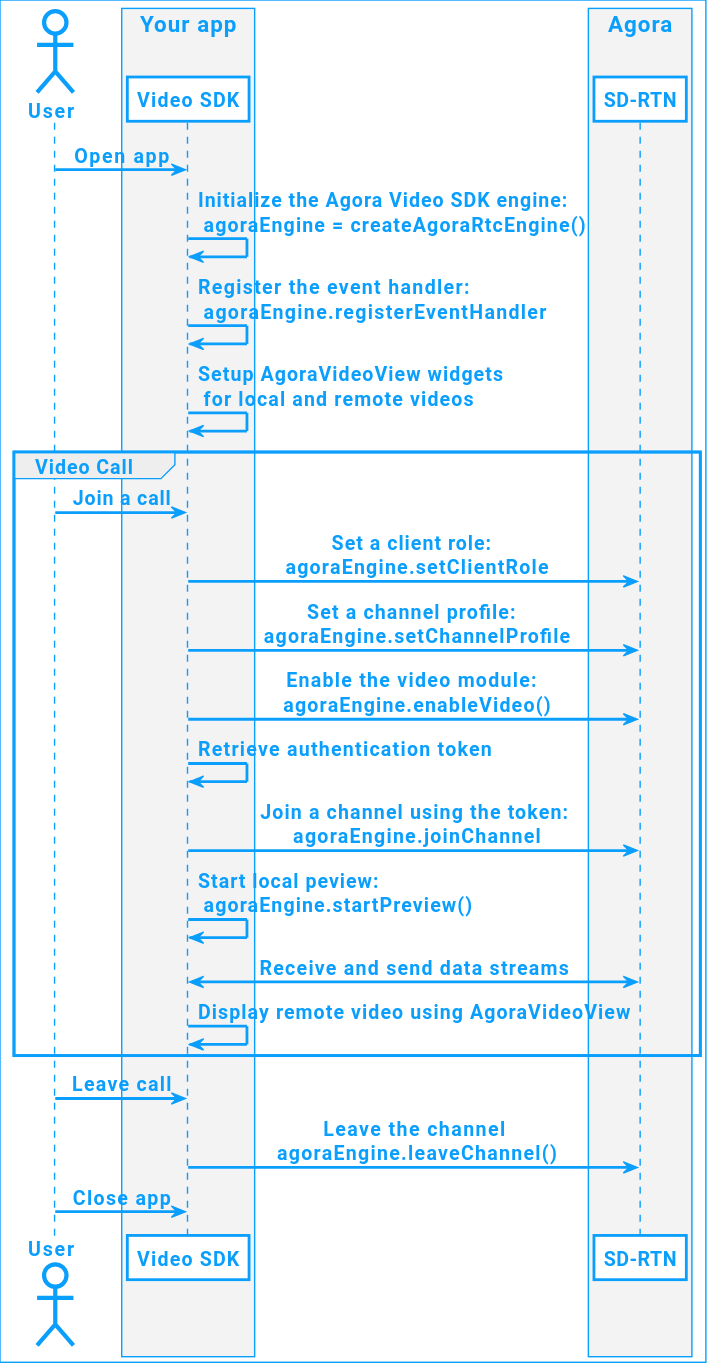
Above: assets/images/video-sdk/video-call-logic-flutter.svg in AgoraIO/Docs-Source (PlantUML), before the change.
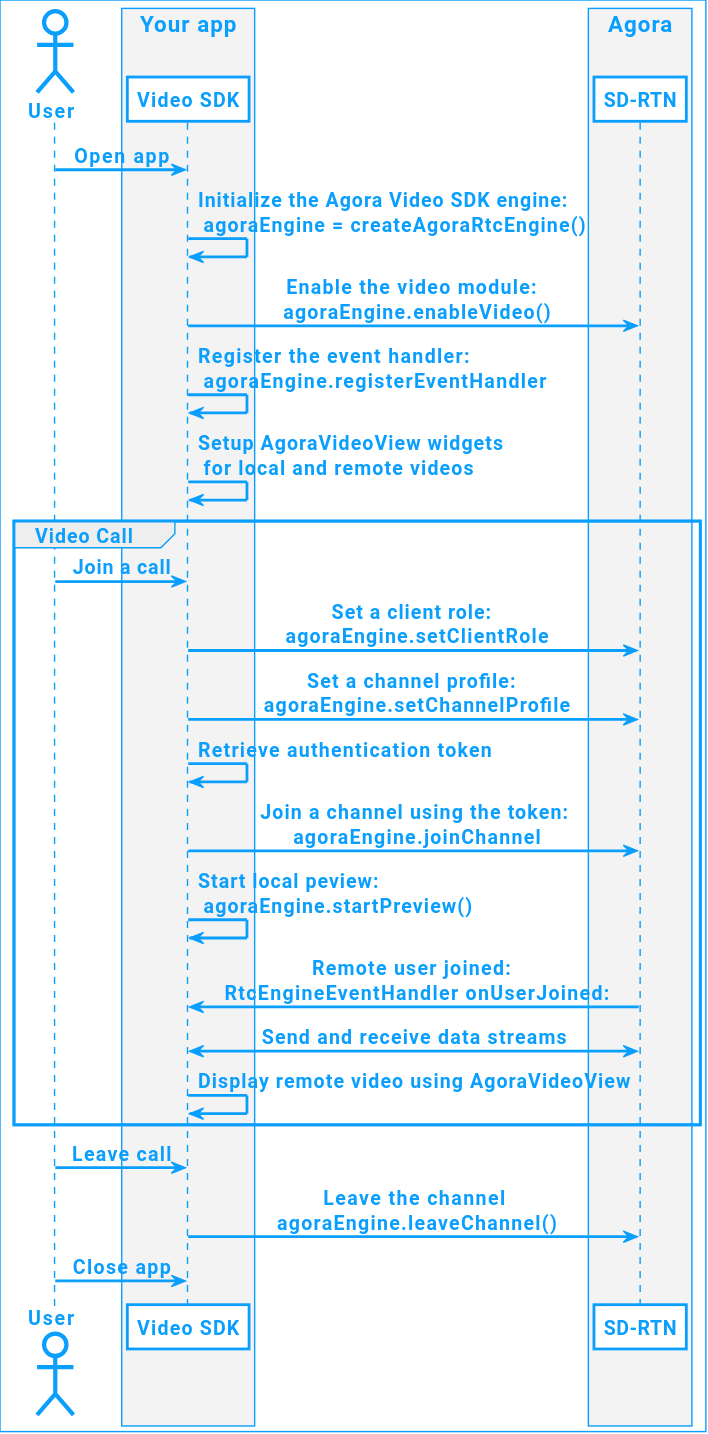
Later version of the same file.

What changed in the source:
```diff
@@ -13,6 +13,7 @@
 
 USR -> APP: Open app
 APP -> APP: Initialize the Agora Video SDK engine: \n agoraEngine = createAgoraRtcEngine()
+APP -> API: Enable the video module: \n agoraEngine.enableVideo()
 APP -> APP: Register the event handler: \n agoraEngine.registerEventHandler
 APP -> APP: Setup AgoraVideoView widgets \n for local and remote videos
 
@@ -20,11 +21,11 @@
 USR -> APP: Join a call
 APP -> API: Set a client role: \n agoraEngine.setClientRole
 APP -> API: Set a channel profile: \n agoraEngine.setChannelProfile
-APP -> API: Enable the video module: \n agoraEngine.enableVideo()
 APP -> APP: Retrieve authentication token
 APP -> API: Join a channel using the token:\n agoraEngine.joinChannel
 APP -> APP: Start local peview: \n agoraEngine.startPreview()
-API <-> APP: Receive and send data streams
+APP <- API: Remote user joined: \n RtcEngineEventHandler onUserJoined:
+APP <-> API: Send and receive data streams
 APP -> APP: Display remote video using AgoraVideoView
 end
 
```
